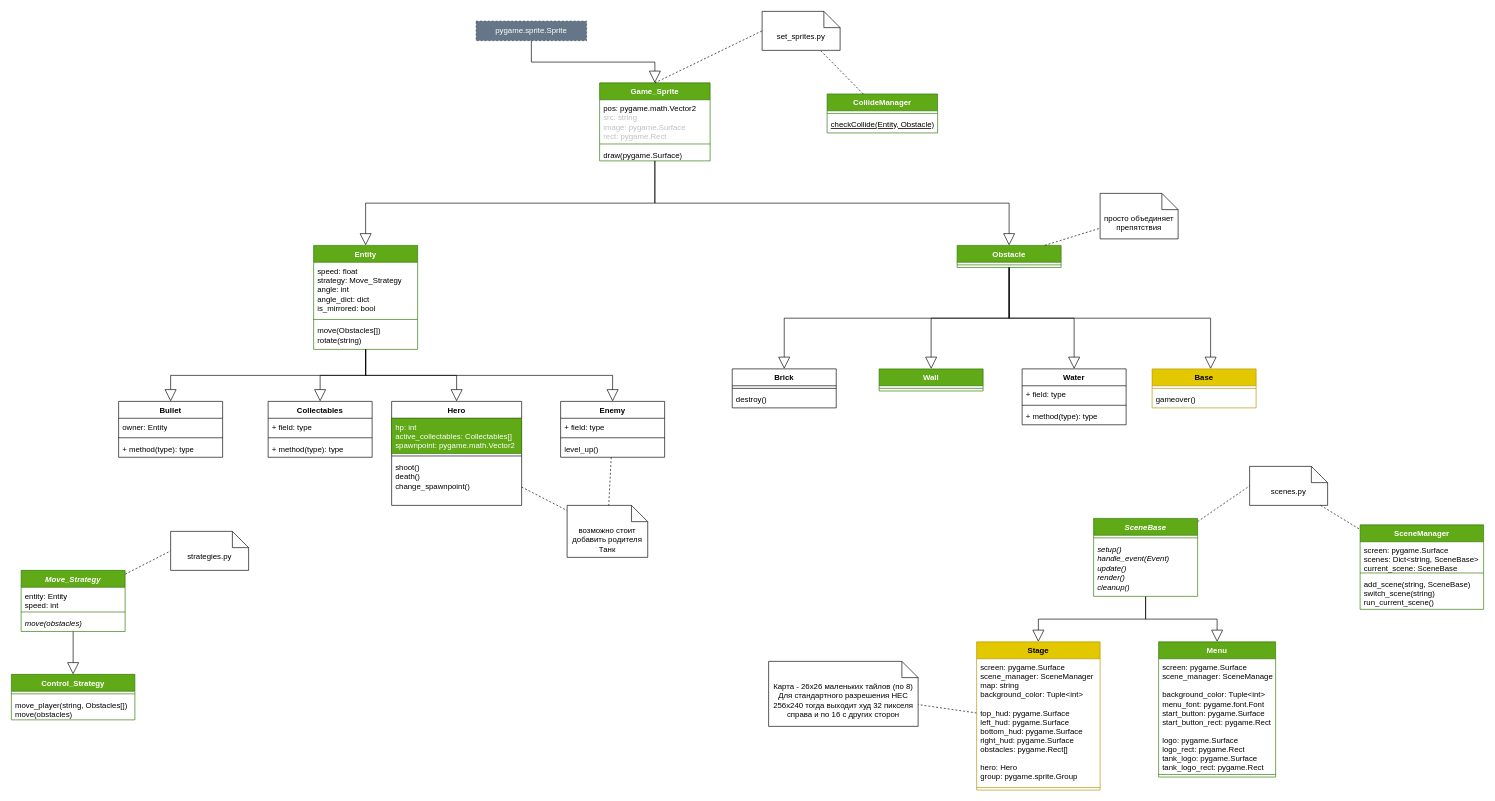
The draw.io diagram UML.drawio in MoNaK-Wales/battle_city, before the edit. Source tidied: cells renumbered, new cells numbered last; positions are measured from the earlier drawing's top-left corner, leaving out a move shared by most shapes. Both pictures are drawn from the tidied source at 65%, with x=0, y=0 at pixel (11, 11).
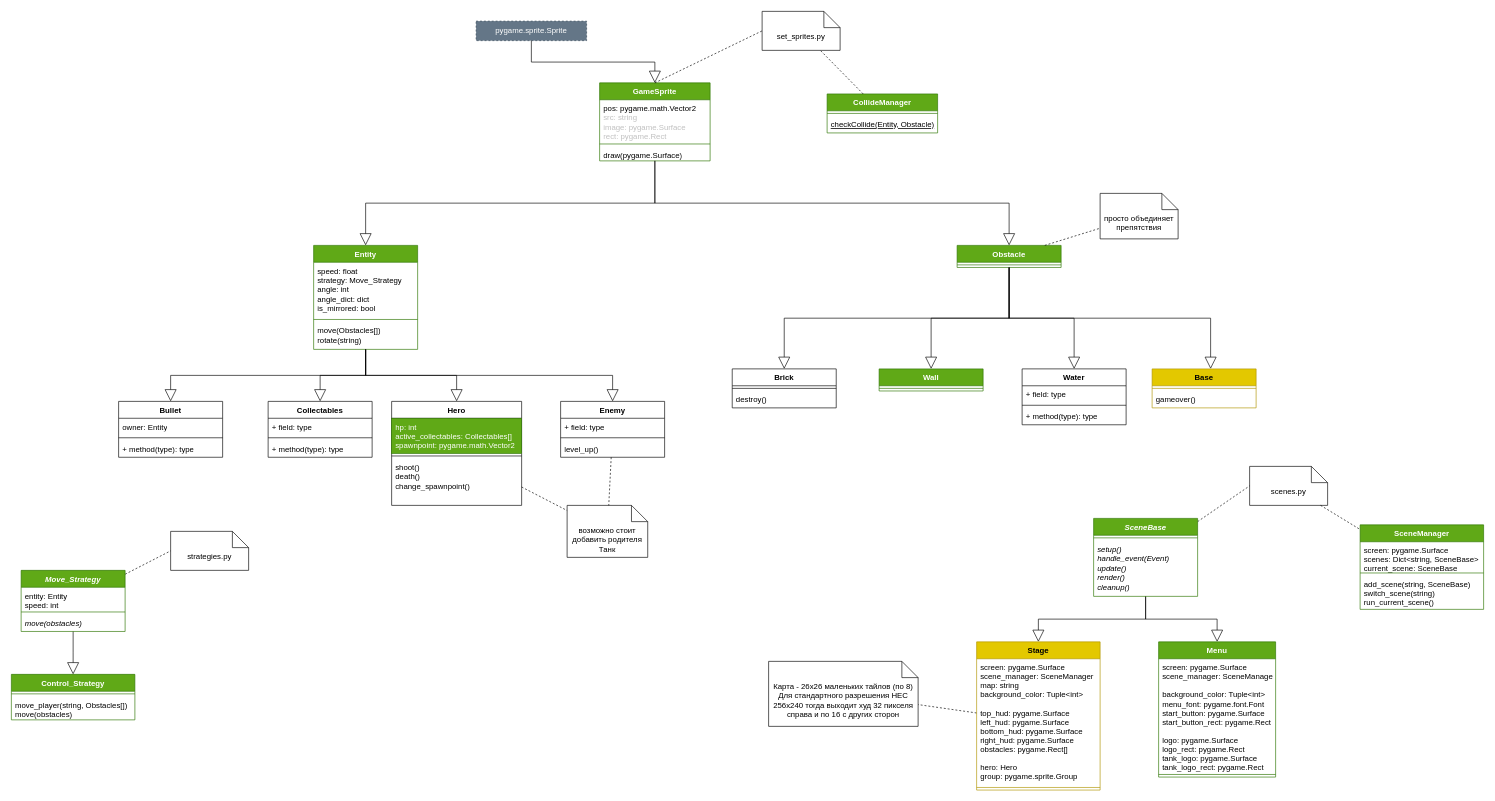
The same diagram, later.

Diff of the diagram source:
```diff
@@
-    <mxCell id="2" value="Game_Sprite" style="swimlane;fontStyle=1;align=center;verticalAlign=top;horizontal=1;startSize=26;whiteSpace=wrap;html=1;fillColor=#60a917;fontColor=#ffffff;strokeColor=#2D7600;" parent="1" vertex="1">
+    <mxCell id="2" value="GameSprite" style="swimlane;fontStyle=1;align=center;verticalAlign=top;horizontal=1;startSize=26;whiteSpace=wrap;html=1;fillColor=#60a917;fontColor=#ffffff;strokeColor=#2D7600;" parent="1" vertex="1">
       <mxGeometry x="905" y="110" width="170" height="120" as="geometry" />
     </mxCell>
```
